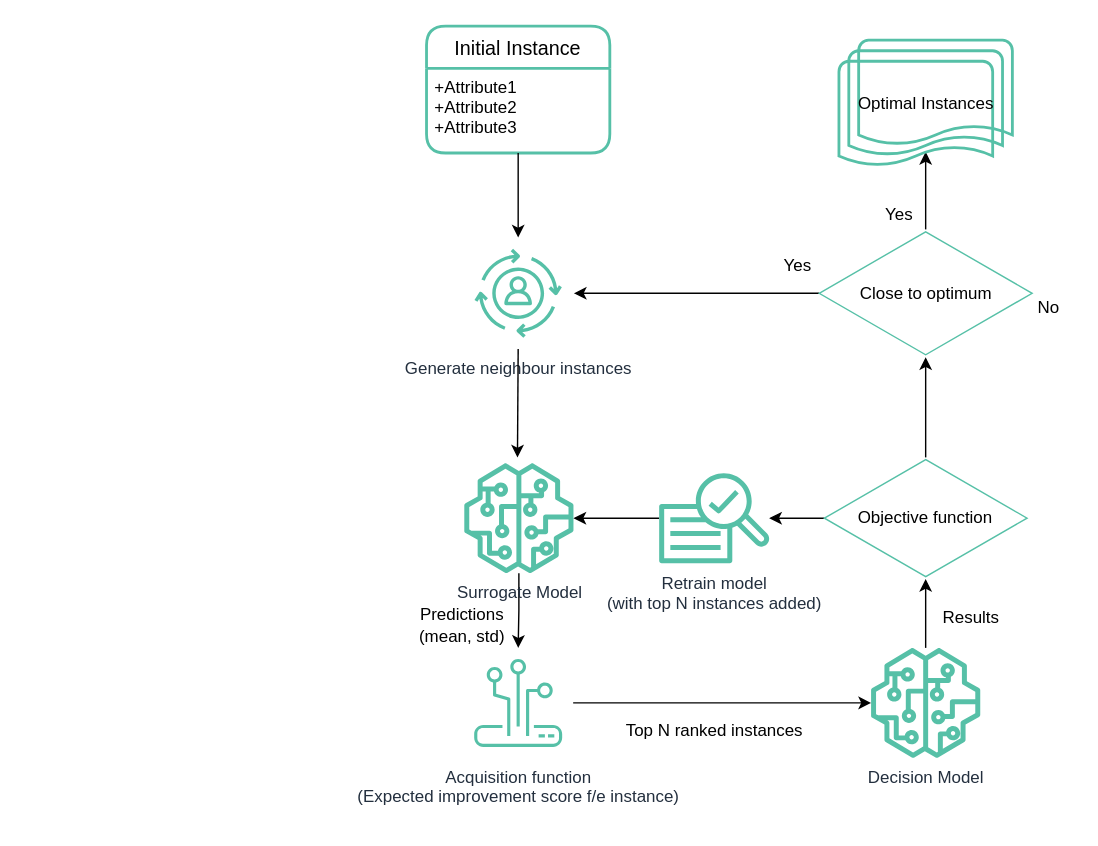
piotromashov/baycon keeps this draw.io diagram as generator.drawio. Above is the earlier version. Source tidied: cells renumbered, new cells numbered last; positions are measured from the earlier drawing's top-left corner, leaving out a move shared by most shapes. Both pictures are drawn from the tidied source at 141%, with x=0, y=0 at pixel (405, 25).
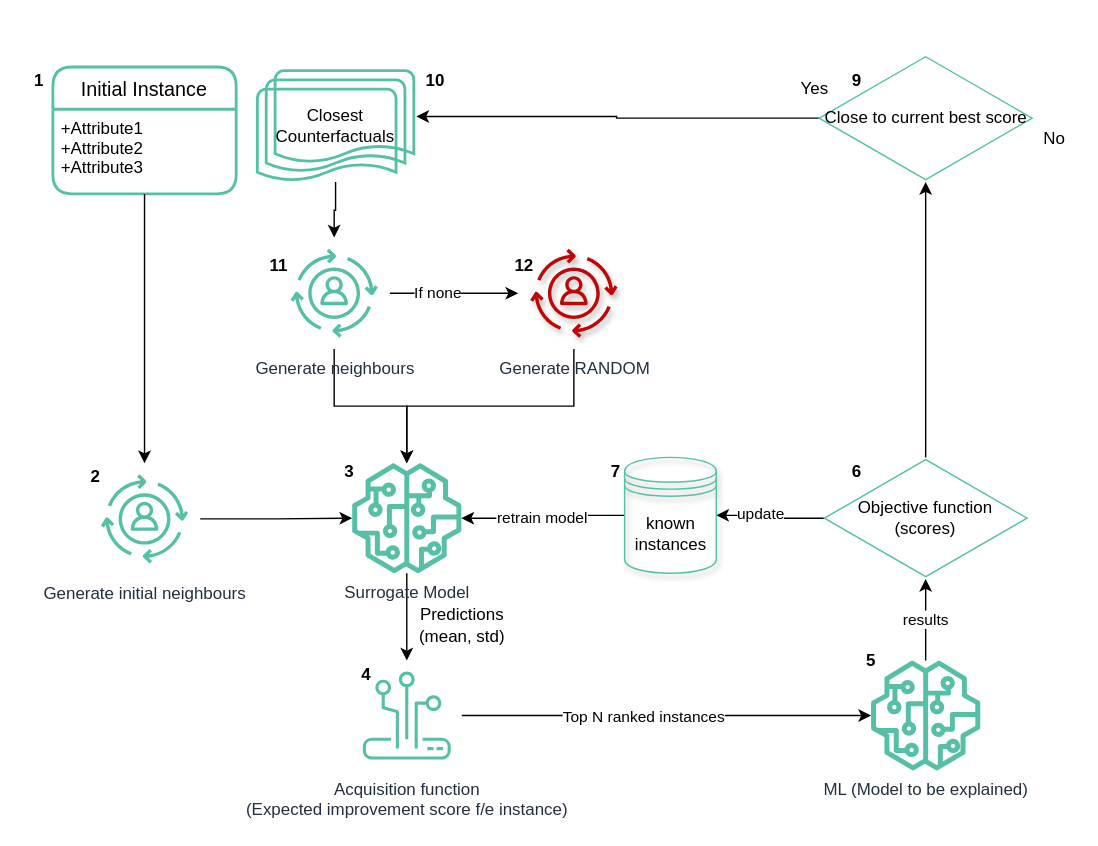
The same page after the edit.

Commit message:
Update architecture diagram

Unchanged cells that the change refers to:
```xml
<mxCell id="4" value="+Attribute1&#10;+Attribute2&#10;+Attribute3" style="align=left;strokeColor=none;fillColor=none;spacingLeft=4;fontSize=12;verticalAlign=top;" parent="3" vertex="1">
  <mxGeometry y="30" width="130" height="60" as="geometry" />
</mxCell>
```

Change to the diagram source:
```diff
@@
+    <mxCell id="28" style="edgeStyle=orthogonalEdgeStyle;rounded=0;jettySize=auto;html=1;" parent="1" edge="1" source="2" target="35">
+      <mxGeometry relative="1" as="geometry" />
+    </mxCell>
+    <mxCell id="29" value="If none" style="edgeLabel;html=1;align=center;verticalAlign=middle;" parent="28" vertex="1">
+      <mxGeometry x="-0.27" y="2" relative="1" as="geometry">
+        <mxPoint y="1" as="offset" />
+      </mxGeometry>
+    </mxCell>
+    <mxCell id="30" style="edgeStyle=orthogonalEdgeStyle;rounded=0;jettySize=auto;html=1;" parent="1" edge="1" source="2" target="10">
+      <mxGeometry relative="1" as="geometry" />
+    </mxCell>
-    <mxCell id="2" value="Generate neighbour instances" style="sketch=0;points=[[0,0,0],[0.25,0,0],[0.5,0,0],[0.75,0,0],[1,0,0],[0,1,0],[0.25,1,0],[0.5,1,0],[0.75,1,0],[1,1,0],[0,0.25,0],[0,0.5,0],[0,0.75,0],[1,0.25,0],[1,0.5,0],[1,0.75,0]];outlineConnect=0;fontColor=#232F3E;gradientColor=#4AB29A;gradientDirection=north;fillColor=none;strokeColor=#56C0A7;dashed=0;verticalLabelPosition=bottom;verticalAlign=top;align=center;html=1;fontSize=12;fontStyle=0;shape=mxgraph.aws4.resourceIcon;resIcon=mxgraph.aws4.personalize;shadow=0;" parent="1" vertex="1">
-      <mxGeometry x="40.5" y="150" width="79" height="79" as="geometry" />
+    <mxCell id="2" value="Generate neighbours" style="sketch=0;points=[[0,0,0],[0.25,0,0],[0.5,0,0],[0.75,0,0],[1,0,0],[0,1,0],[0.25,1,0],[0.5,1,0],[0.75,1,0],[1,1,0],[0,0.25,0],[0,0.5,0],[0,0.75,0],[1,0.25,0],[1,0.5,0],[1,0.75,0]];outlineConnect=0;fontColor=#232F3E;gradientColor=#4AB29A;gradientDirection=north;fillColor=none;strokeColor=#56C0A7;dashed=0;verticalLabelPosition=bottom;verticalAlign=top;align=center;html=1;fontSize=12;fontStyle=0;shape=mxgraph.aws4.resourceIcon;resIcon=mxgraph.aws4.personalize;shadow=0;" parent="1" vertex="1">
+      <mxGeometry x="-90" y="150" width="79" height="79" as="geometry" />
     </mxCell>
     <mxCell id="3" value="Initial Instance" style="swimlane;horizontal=1;startSize=30;rounded=1;fontSize=14;fontStyle=0;strokeWidth=2;shadow=0;dashed=0;align=center;fillColor=none;strokeColor=#56C0A7;" parent="1" vertex="1">
-      <mxGeometry x="15" width="130" height="90" as="geometry" />
+      <mxGeometry x="-250" y="29" width="130" height="90" as="geometry" />
     </mxCell>
@@
-    <mxCell id="5" style="edgeStyle=orthogonalEdgeStyle;rounded=0;jettySize=auto;html=1;exitX=0.5;exitY=1;exitDx=0;exitDy=0;entryX=0.5;entryY=0;entryDx=0;entryDy=0;entryPerimeter=0;exitPerimeter=0;" parent="1" edge="1" source="2">
-      <mxGeometry relative="1" as="geometry">
-        <mxPoint x="79.5" y="306" as="targetPoint" />
-      </mxGeometry>
-    </mxCell>
-    <mxCell id="6" style="edgeStyle=orthogonalEdgeStyle;rounded=0;jettySize=auto;html=1;exitX=0.5;exitY=1;exitDx=0;exitDy=0;entryX=0.5;entryY=0;entryDx=0;entryDy=0;entryPerimeter=0;" parent="1" edge="1" source="4" target="2">
-      <mxGeometry relative="1" as="geometry" />
-    </mxCell>
-    <mxCell id="7" style="edgeStyle=orthogonalEdgeStyle;rounded=0;jettySize=auto;html=1;" parent="1" edge="1" source="8" target="15">
+    <mxCell id="7" value="results" style="edgeStyle=orthogonalEdgeStyle;rounded=0;jettySize=auto;html=1;" parent="1" edge="1" source="8" target="15">
       <mxGeometry relative="1" as="geometry" />
     </mxCell>
-    <mxCell id="8" value="Decision Model" style="sketch=0;outlineConnect=0;fontColor=#232F3E;gradientColor=none;fillColor=#56C0A7;strokeColor=none;dashed=0;verticalLabelPosition=bottom;verticalAlign=top;align=center;html=1;fontSize=12;fontStyle=0;shape=mxgraph.aws4.sagemaker_model;" parent="1" vertex="1">
-      <mxGeometry x="330" y="441" width="78" height="78" as="geometry" />
+    <mxCell id="8" value="ML (Model to be explained)" style="sketch=0;outlineConnect=0;fontColor=#232F3E;gradientColor=none;fillColor=#56C0A7;strokeColor=none;dashed=0;verticalLabelPosition=bottom;verticalAlign=top;align=center;html=1;fontSize=12;fontStyle=0;shape=mxgraph.aws4.sagemaker_model;" parent="1" vertex="1">
+      <mxGeometry x="330" y="450" width="78" height="78" as="geometry" />
     </mxCell>
@@
     <mxCell id="10" value="&lt;div&gt;Surrogate Model&lt;/div&gt;" style="sketch=0;outlineConnect=0;fontColor=#232F3E;gradientColor=none;fillColor=#56C0A7;strokeColor=none;dashed=0;verticalLabelPosition=bottom;verticalAlign=top;align=center;html=1;fontSize=12;fontStyle=0;shape=mxgraph.aws4.sagemaker_model;" parent="1" vertex="1">
-      <mxGeometry x="41.5" y="310" width="78" height="78" as="geometry" />
+      <mxGeometry x="-38" y="310" width="78" height="78" as="geometry" />
     </mxCell>
-    <mxCell id="11" style="edgeStyle=orthogonalEdgeStyle;rounded=0;jettySize=auto;html=1;" parent="1" edge="1" source="12" target="10">
-      <mxGeometry relative="1" as="geometry" />
-    </mxCell>
-    <mxCell id="12" value="&lt;div&gt;Retrain model &lt;br&gt;&lt;/div&gt;&lt;div&gt;(with top N instances added)&lt;/div&gt;" style="sketch=0;outlineConnect=0;fontColor=#232F3E;gradientColor=none;fillColor=#56C0A7;strokeColor=none;dashed=0;verticalLabelPosition=bottom;verticalAlign=top;align=center;html=1;fontSize=12;fontStyle=0;shape=mxgraph.aws4.sagemaker_train;" parent="1" vertex="1">
-      <mxGeometry x="180" y="316.5" width="78" height="65" as="geometry" />
-    </mxCell>
-    <mxCell id="13" style="edgeStyle=orthogonalEdgeStyle;rounded=0;jettySize=auto;html=1;" parent="1" edge="1" source="15" target="12">
-      <mxGeometry relative="1" as="geometry" />
-    </mxCell>
@@
+    <mxCell id="31" style="edgeStyle=orthogonalEdgeStyle;rounded=0;jettySize=auto;html=1;entryX=1;entryY=0.5;entryDx=0;entryDy=0;" parent="1" edge="1" source="15" target="41">
+      <mxGeometry relative="1" as="geometry" />
+    </mxCell>
+    <mxCell id="32" value="update" style="edgeLabel;html=1;align=center;verticalAlign=middle;" parent="31" vertex="1">
+      <mxGeometry x="0.22" y="-2" relative="1" as="geometry" />
+    </mxCell>
-    <mxCell id="15" value="&lt;div&gt;Objective function&lt;/div&gt;" style="html=1;whiteSpace=wrap;shape=isoRectangle;shadow=0;strokeColor=#56C0A7;fillColor=none;" parent="1" vertex="1">
+    <mxCell id="15" value="&lt;div&gt;Objective function&lt;/div&gt;&lt;div&gt;(scores)&lt;/div&gt;" style="html=1;whiteSpace=wrap;shape=isoRectangle;shadow=0;strokeColor=#56C0A7;fillColor=none;" parent="1" vertex="1">
       <mxGeometry x="297.2" y="305.9" width="143.7" height="86.2" as="geometry" />
     </mxCell>
-    <mxCell id="16" style="edgeStyle=orthogonalEdgeStyle;rounded=0;jettySize=auto;html=1;entryX=0.5;entryY=0.88;entryDx=0;entryDy=0;entryPerimeter=0;" parent="1" edge="1" source="18" target="19">
+    <mxCell id="16" style="edgeStyle=orthogonalEdgeStyle;rounded=0;jettySize=auto;html=1;entryX=1.016;entryY=0.411;entryDx=0;entryDy=0;entryPerimeter=0;" parent="1" edge="1" source="18" target="19">
       <mxGeometry relative="1" as="geometry" />
     </mxCell>
-    <mxCell id="17" style="edgeStyle=orthogonalEdgeStyle;rounded=0;jettySize=auto;html=1;" parent="1" edge="1" source="18" target="2">
-      <mxGeometry relative="1" as="geometry" />
-    </mxCell>
-    <mxCell id="18" value="Close to optimum" style="html=1;whiteSpace=wrap;shape=isoRectangle;shadow=0;strokeColor=#56C0A7;fillColor=none;" parent="1" vertex="1">
-      <mxGeometry x="293.5" y="144.2" width="151" height="90.6" as="geometry" />
+    <mxCell id="18" value="Close to current best score" style="html=1;whiteSpace=wrap;shape=isoRectangle;shadow=0;strokeColor=#56C0A7;fillColor=none;" parent="1" vertex="1">
+      <mxGeometry x="293.5" y="20" width="151" height="90.6" as="geometry" />
     </mxCell>
+    <mxCell id="33" style="edgeStyle=orthogonalEdgeStyle;rounded=0;jettySize=auto;html=1;" parent="1" edge="1" source="19" target="2">
+      <mxGeometry relative="1" as="geometry" />
+    </mxCell>
-    <mxCell id="19" value="Optimal Instances" style="strokeWidth=2;html=1;shape=mxgraph.flowchart.multi-document;whiteSpace=wrap;fillColor=none;strokeColor=#56C0A7;" parent="1" vertex="1">
-      <mxGeometry x="307.5" y="10" width="123" height="90" as="geometry" />
+    <mxCell id="19" value="Closest&lt;br&gt;Counterfactuals" style="strokeWidth=2;html=1;shape=mxgraph.flowchart.multi-document;whiteSpace=wrap;fillColor=none;strokeColor=#56C0A7;" parent="1" vertex="1">
+      <mxGeometry x="-105" y="31.6" width="111" height="79" as="geometry" />
     </mxCell>
-    <mxCell id="20" value="Yes" style="text;html=1;align=center;verticalAlign=middle;strokeColor=none;fillColor=none;" parent="1" vertex="1">
-      <mxGeometry x="330" y="124.2" width="40" height="20" as="geometry" />
+    <mxCell id="20" value="No" style="text;html=1;align=center;verticalAlign=middle;strokeColor=none;fillColor=none;" parent="1" vertex="1">
+      <mxGeometry x="444.5" y="70" width="30" height="20" as="geometry" />
     </mxCell>
-    <mxCell id="21" value="No" style="text;html=1;align=center;verticalAlign=middle;strokeColor=none;fillColor=none;" parent="1" vertex="1">
-      <mxGeometry x="440.8" y="190" width="30" height="20" as="geometry" />
-    </mxCell>
-    <mxCell id="22" value="Results" style="text;html=1;align=center;verticalAlign=middle;strokeColor=none;fillColor=none;" parent="1" vertex="1">
-      <mxGeometry x="370.5" y="410" width="60" height="20" as="geometry" />
-    </mxCell>
@@
     <mxCell id="24" value="Yes" style="text;html=1;align=center;verticalAlign=middle;strokeColor=none;fillColor=none;" parent="1" vertex="1">
-      <mxGeometry x="258" y="160" width="40" height="20" as="geometry" />
+      <mxGeometry x="270" y="34.5" width="40" height="20" as="geometry" />
     </mxCell>
+    <mxCell id="26" style="edgeStyle=orthogonalEdgeStyle;rounded=0;jettySize=auto;html=1;" parent="1" edge="1" source="27" target="8">
+      <mxGeometry relative="1" as="geometry" />
+    </mxCell>
-    <mxCell id="25" value="Top N ranked instances" style="text;html=1;align=center;verticalAlign=middle;strokeColor=none;fillColor=none;" parent="1" vertex="1">
-      <mxGeometry x="149" y="490" width="140" height="20" as="geometry" />
+    <mxCell id="25" value="Top N ranked instances" style="edgeLabel;html=1;align=center;verticalAlign=middle;" parent="26" vertex="1">
+      <mxGeometry x="-0.12" relative="1" as="geometry" />
     </mxCell>
-    <mxCell id="26" style="edgeStyle=orthogonalEdgeStyle;rounded=0;jettySize=auto;html=1;" parent="1" edge="1" source="27" target="8">
-      <mxGeometry relative="1" as="geometry" />
-    </mxCell>
     <mxCell id="27" value="Acquisition function&lt;br&gt;(Expected improvement score f/e instance)" style="sketch=0;points=[[0,0,0],[0.25,0,0],[0.5,0,0],[0.75,0,0],[1,0,0],[0,1,0],[0.25,1,0],[0.5,1,0],[0.75,1,0],[1,1,0],[0,0.25,0],[0,0.5,0],[0,0.75,0],[1,0.25,0],[1,0.5,0],[1,0.75,0]];outlineConnect=0;fontColor=#232F3E;gradientColor=#4AB29A;gradientDirection=north;fillColor=none;strokeColor=#56C0A7;dashed=0;verticalLabelPosition=bottom;verticalAlign=top;align=center;html=1;fontSize=12;fontStyle=0;shape=mxgraph.aws4.resourceIcon;resIcon=mxgraph.aws4.panorama;shadow=0;" parent="1" vertex="1">
-      <mxGeometry x="41" y="441" width="78" height="78" as="geometry" />
+      <mxGeometry x="-38" y="450" width="78" height="78" as="geometry" />
     </mxCell>
+    <mxCell id="34" style="edgeStyle=orthogonalEdgeStyle;rounded=0;jettySize=auto;html=1;exitX=0.5;exitY=1;exitDx=0;exitDy=0;exitPerimeter=0;" parent="1" edge="1" source="35" target="10">
+      <mxGeometry relative="1" as="geometry" />
+    </mxCell>
+    <mxCell id="35" value="Generate RANDOM" style="sketch=0;points=[[0,0,0],[0.25,0,0],[0.5,0,0],[0.75,0,0],[1,0,0],[0,1,0],[0.25,1,0],[0.5,1,0],[0.75,1,0],[1,1,0],[0,0.25,0],[0,0.5,0],[0,0.75,0],[1,0.25,0],[1,0.5,0],[1,0.75,0]];outlineConnect=0;fontColor=#232F3E;gradientColor=#4AB29A;gradientDirection=north;fillColor=none;strokeColor=#C00606;dashed=0;verticalLabelPosition=bottom;verticalAlign=top;align=center;html=1;fontSize=12;fontStyle=0;shape=mxgraph.aws4.resourceIcon;resIcon=mxgraph.aws4.personalize;shadow=1;" parent="1" vertex="1">
+      <mxGeometry x="80" y="150" width="79" height="79" as="geometry" />
+    </mxCell>
+    <mxCell id="36" style="edgeStyle=orthogonalEdgeStyle;rounded=0;jettySize=auto;html=1;exitX=1;exitY=0.5;exitDx=0;exitDy=0;exitPerimeter=0;" parent="1" edge="1" source="37" target="10">
+      <mxGeometry relative="1" as="geometry" />
+    </mxCell>
+    <mxCell id="37" value="Generate initial neighbours" style="sketch=0;points=[[0,0,0],[0.25,0,0],[0.5,0,0],[0.75,0,0],[1,0,0],[0,1,0],[0.25,1,0],[0.5,1,0],[0.75,1,0],[1,1,0],[0,0.25,0],[0,0.5,0],[0,0.75,0],[1,0.25,0],[1,0.5,0],[1,0.75,0]];outlineConnect=0;fontColor=#232F3E;gradientColor=#4AB29A;gradientDirection=north;fillColor=none;strokeColor=#56C0A7;dashed=0;verticalLabelPosition=bottom;verticalAlign=top;align=center;html=1;fontSize=12;fontStyle=0;shape=mxgraph.aws4.resourceIcon;resIcon=mxgraph.aws4.personalize;shadow=0;" parent="1" vertex="1">
+      <mxGeometry x="-224.5" y="310" width="79" height="79" as="geometry" />
+    </mxCell>
+    <mxCell id="38" style="edgeStyle=orthogonalEdgeStyle;rounded=0;jettySize=auto;html=1;" parent="1" edge="1" source="4" target="37">
+      <mxGeometry relative="1" as="geometry" />
+    </mxCell>
+    <mxCell id="39" style="edgeStyle=orthogonalEdgeStyle;rounded=0;jettySize=auto;html=1;" parent="1" edge="1" source="41" target="10">
+      <mxGeometry relative="1" as="geometry" />
+    </mxCell>
+    <mxCell id="40" value="retrain model" style="edgeLabel;html=1;align=center;verticalAlign=middle;" parent="39" vertex="1">
+      <mxGeometry y="-1" relative="1" as="geometry" />
+    </mxCell>
+    <mxCell id="41" value="known instances" style="shape=datastore;whiteSpace=wrap;html=1;shadow=1;strokeColor=#56C0A7;fillColor=none;" parent="1" vertex="1">
+      <mxGeometry x="155.5" y="305.9" width="65" height="82.2" as="geometry" />
+    </mxCell>
+    <mxCell id="42" value="2" style="text;html=1;align=center;verticalAlign=middle;strokeColor=none;fillColor=none;fontStyle=1;" parent="1" vertex="1">
+      <mxGeometry x="-230" y="310" width="20" height="20" as="geometry" />
+    </mxCell>
+    <mxCell id="43" value="1" style="text;html=1;align=center;verticalAlign=middle;strokeColor=none;fillColor=none;fontStyle=1;" parent="1" vertex="1">
+      <mxGeometry x="-270" y="29" width="20" height="20" as="geometry" />
+    </mxCell>
+    <mxCell id="44" value="3" style="text;html=1;align=center;verticalAlign=middle;strokeColor=none;fillColor=none;fontStyle=1;" parent="1" vertex="1">
+      <mxGeometry x="-50" y="305.9" width="20" height="20" as="geometry" />
+    </mxCell>
+    <mxCell id="45" value="4" style="text;html=1;align=center;verticalAlign=middle;strokeColor=none;fillColor=none;fontStyle=1;" parent="1" vertex="1">
+      <mxGeometry x="-38" y="450" width="20" height="20" as="geometry" />
+    </mxCell>
+    <mxCell id="46" value="&lt;div&gt;5&lt;/div&gt;" style="text;html=1;align=center;verticalAlign=middle;strokeColor=none;fillColor=none;fontStyle=1;" parent="1" vertex="1">
+      <mxGeometry x="320" y="440" width="20" height="20" as="geometry" />
+    </mxCell>
+    <mxCell id="47" value="6" style="text;html=1;align=center;verticalAlign=middle;strokeColor=none;fillColor=none;fontStyle=1;" parent="1" vertex="1">
+      <mxGeometry x="310" y="305.9" width="20" height="20" as="geometry" />
+    </mxCell>
+    <mxCell id="48" value="7" style="text;html=1;align=center;verticalAlign=middle;strokeColor=none;fillColor=none;fontStyle=1;" parent="1" vertex="1">
+      <mxGeometry x="139" y="305.9" width="20" height="20" as="geometry" />
+    </mxCell>
+    <mxCell id="49" value="9" style="text;html=1;align=center;verticalAlign=middle;strokeColor=none;fillColor=none;fontStyle=1;" parent="1" vertex="1">
+      <mxGeometry x="310" y="29" width="20" height="20" as="geometry" />
+    </mxCell>
+    <mxCell id="50" value="10" style="text;html=1;align=center;verticalAlign=middle;strokeColor=none;fillColor=none;fontStyle=1;" parent="1" vertex="1">
+      <mxGeometry x="6" y="29" width="30" height="20" as="geometry" />
+    </mxCell>
+    <mxCell id="51" value="11" style="text;html=1;align=center;verticalAlign=middle;strokeColor=none;fillColor=none;fontStyle=1;" parent="1" vertex="1">
+      <mxGeometry x="-105" y="160" width="30" height="20" as="geometry" />
+    </mxCell>
+    <mxCell id="52" value="12" style="text;html=1;align=center;verticalAlign=middle;strokeColor=none;fillColor=none;fontStyle=1;" parent="1" vertex="1">
+      <mxGeometry x="69" y="160" width="30" height="20" as="geometry" />
+    </mxCell>
```
